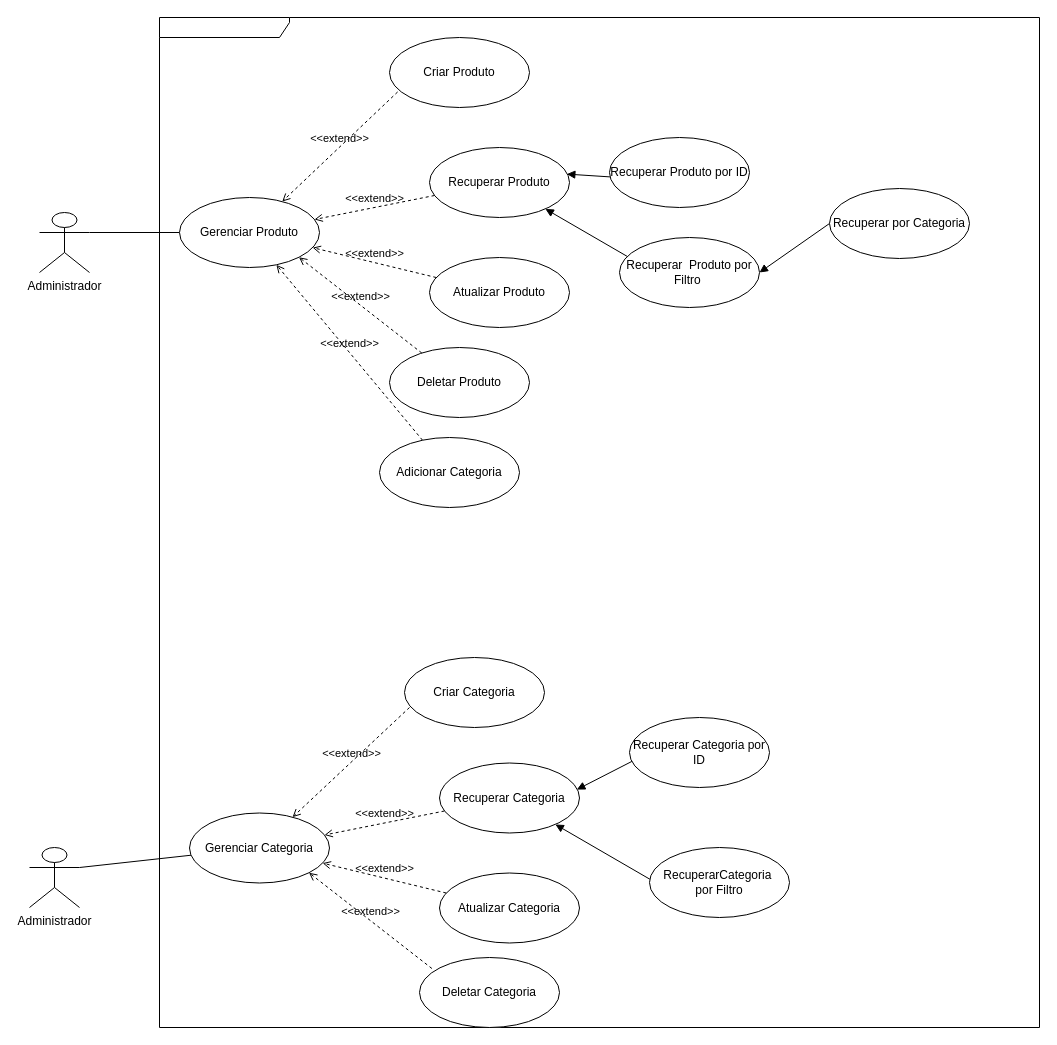
Above: page "Subdominio - Catalogo" (2 of 2) of requirements/ecommerce-use-case.drawio in AdsonVicente/ecommerce-node-api (draw.io), before the change. Source tidied: cells renumbered, new cells numbered last; positions are measured from the earlier drawing's top-left corner, leaving out a move shared by most shapes. Both pictures are drawn from the tidied source at 100%, with x=0, y=0 at pixel (29, 17).
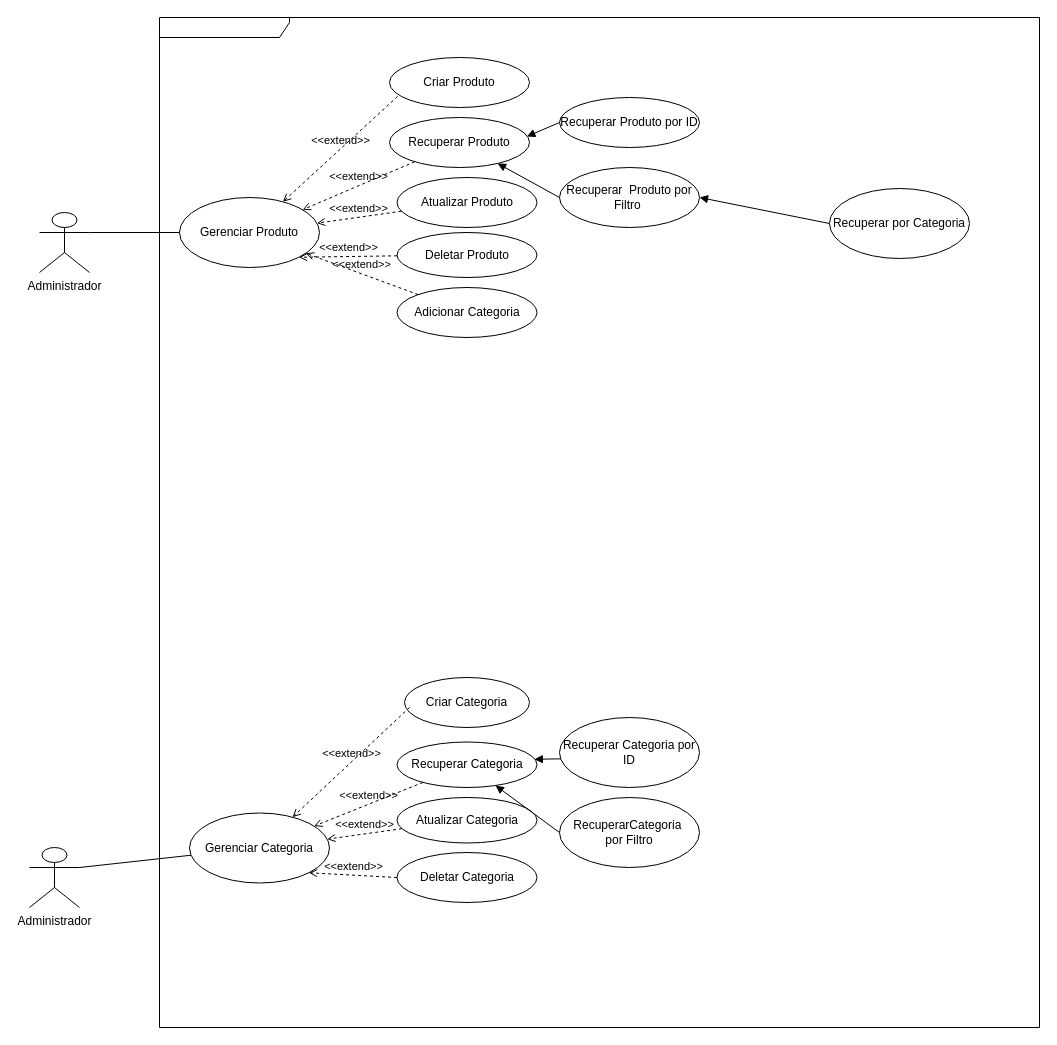
The same page after the edit.

Unchanged cells that the change refers to:
```xml
<mxCell id="20" value="Gerenciar Categoria" style="ellipse;whiteSpace=wrap;html=1;" parent="1" vertex="1">
  <mxGeometry x="160" y="795.5" width="140" height="70" as="geometry" />
</mxCell>
```

The edit, as a diff of the source:
```diff
@@
     <mxCell id="6" value="Criar Produto" style="ellipse;whiteSpace=wrap;html=1;" parent="1" vertex="1">
-      <mxGeometry x="360" y="20" width="140" height="70" as="geometry" />
+      <mxGeometry x="360" y="40" width="140" height="50" as="geometry" />
     </mxCell>
     <mxCell id="7" value="Atualizar Produto" style="ellipse;whiteSpace=wrap;html=1;" parent="1" vertex="1">
-      <mxGeometry x="400" y="240" width="140" height="70" as="geometry" />
+      <mxGeometry x="367.5" y="160" width="140" height="50" as="geometry" />
     </mxCell>
     <mxCell id="8" value="Deletar Produto" style="ellipse;whiteSpace=wrap;html=1;" parent="1" vertex="1">
-      <mxGeometry x="360" y="330" width="140" height="70" as="geometry" />
+      <mxGeometry x="367.5" y="215" width="140" height="45" as="geometry" />
     </mxCell>
     <mxCell id="9" value="Recuperar Produto" style="ellipse;whiteSpace=wrap;html=1;" parent="1" vertex="1">
-      <mxGeometry x="400" y="130" width="140" height="70" as="geometry" />
+      <mxGeometry x="360" y="100" width="140" height="50" as="geometry" />
     </mxCell>
@@
-    <mxCell id="14" style="edgeStyle=none;html=1;exitX=0;exitY=0.5;exitDx=0;exitDy=0;entryX=0.981;entryY=0.38;entryDx=0;entryDy=0;entryPerimeter=0;endArrow=block;endFill=1;" parent="1" edge="1" target="9">
-      <mxGeometry relative="1" as="geometry">
-        <mxPoint x="590" y="160" as="sourcePoint" />
-      </mxGeometry>
+    <mxCell id="14" style="edgeStyle=none;html=1;exitX=0;exitY=0.5;exitDx=0;exitDy=0;entryX=0.981;entryY=0.38;entryDx=0;entryDy=0;entryPerimeter=0;endArrow=block;endFill=1;" parent="1" edge="1" source="16" target="9">
+      <mxGeometry relative="1" as="geometry" />
     </mxCell>
-    <mxCell id="15" style="edgeStyle=none;html=1;endArrow=block;endFill=1;" parent="1" edge="1" target="9">
-      <mxGeometry relative="1" as="geometry">
-        <mxPoint x="614.3" y="248.5" as="sourcePoint" />
-      </mxGeometry>
+    <mxCell id="15" style="edgeStyle=none;html=1;endArrow=block;endFill=1;exitX=0;exitY=0.5;exitDx=0;exitDy=0;" parent="1" edge="1" source="17" target="9">
+      <mxGeometry relative="1" as="geometry" />
     </mxCell>
     <mxCell id="16" value="Recuperar Produto por ID" style="ellipse;whiteSpace=wrap;html=1;" parent="1" vertex="1">
-      <mxGeometry x="580" y="120" width="140" height="70" as="geometry" />
+      <mxGeometry x="530" y="80" width="140" height="50" as="geometry" />
     </mxCell>
     <mxCell id="17" value="Recuperar&amp;nbsp; Produto por Filtro&amp;nbsp;" style="ellipse;whiteSpace=wrap;html=1;" parent="1" vertex="1">
-      <mxGeometry x="590" y="220" width="140" height="70" as="geometry" />
+      <mxGeometry x="530" y="150" width="140" height="60" as="geometry" />
     </mxCell>
@@
     <mxCell id="21" value="Criar Categoria" style="ellipse;whiteSpace=wrap;html=1;" parent="1" vertex="1">
-      <mxGeometry x="375" y="640" width="140" height="70" as="geometry" />
+      <mxGeometry x="375" y="660" width="125" height="50" as="geometry" />
     </mxCell>
     <mxCell id="22" value="Atualizar Categoria" style="ellipse;whiteSpace=wrap;html=1;" parent="1" vertex="1">
-      <mxGeometry x="410" y="855.5" width="140" height="70" as="geometry" />
+      <mxGeometry x="367.5" y="780" width="140" height="45.5" as="geometry" />
     </mxCell>
     <mxCell id="23" value="Deletar Categoria" style="ellipse;whiteSpace=wrap;html=1;" parent="1" vertex="1">
-      <mxGeometry x="390" y="940" width="140" height="70" as="geometry" />
+      <mxGeometry x="367.5" y="835" width="140" height="50" as="geometry" />
     </mxCell>
     <mxCell id="24" value="Recuperar Categoria" style="ellipse;whiteSpace=wrap;html=1;" parent="1" vertex="1">
-      <mxGeometry x="410" y="745.5" width="140" height="70" as="geometry" />
+      <mxGeometry x="367.5" y="724.5" width="140" height="45.5" as="geometry" />
     </mxCell>
@@
-    <mxCell id="28" value="&amp;lt;&amp;lt;extend&amp;gt;&amp;gt;" style="html=1;verticalAlign=bottom;labelBackgroundColor=none;endArrow=open;endFill=0;dashed=1;entryX=1;entryY=1;entryDx=0;entryDy=0;" parent="1" edge="1" target="20">
-      <mxGeometry relative="1" as="geometry">
-        <mxPoint x="402.4" y="951" as="sourcePoint" />
-      </mxGeometry>
+    <mxCell id="28" value="&amp;lt;&amp;lt;extend&amp;gt;&amp;gt;" style="html=1;verticalAlign=bottom;labelBackgroundColor=none;endArrow=open;endFill=0;dashed=1;entryX=1;entryY=1;entryDx=0;entryDy=0;exitX=0;exitY=0.5;exitDx=0;exitDy=0;" parent="1" edge="1" source="23" target="20">
+      <mxGeometry relative="1" as="geometry" />
     </mxCell>
@@
-    <mxCell id="30" style="edgeStyle=none;html=1;endArrow=block;endFill=1;" parent="1" edge="1" target="24">
-      <mxGeometry relative="1" as="geometry">
-        <mxPoint x="624.3" y="864" as="sourcePoint" />
-      </mxGeometry>
+    <mxCell id="30" style="edgeStyle=none;html=1;endArrow=block;endFill=1;exitX=0;exitY=0.5;exitDx=0;exitDy=0;" parent="1" edge="1" source="32" target="24">
+      <mxGeometry relative="1" as="geometry" />
     </mxCell>
     <mxCell id="31" value="Recuperar Categoria por ID" style="ellipse;whiteSpace=wrap;html=1;" parent="1" vertex="1">
-      <mxGeometry x="600" y="700" width="140" height="70" as="geometry" />
+      <mxGeometry x="530" y="700" width="140" height="70" as="geometry" />
     </mxCell>
     <mxCell id="32" value="RecuperarCategoria&amp;nbsp;&lt;br&gt;por Filtro" style="ellipse;whiteSpace=wrap;html=1;" parent="1" vertex="1">
-      <mxGeometry x="620" y="830" width="140" height="70" as="geometry" />
+      <mxGeometry x="530" y="780" width="140" height="70" as="geometry" />
     </mxCell>
     <mxCell id="33" value="Adicionar Categoria" style="ellipse;whiteSpace=wrap;html=1;" parent="1" vertex="1">
-      <mxGeometry x="350" y="420" width="140" height="70" as="geometry" />
+      <mxGeometry x="367.5" y="270" width="140" height="50" as="geometry" />
     </mxCell>
```
